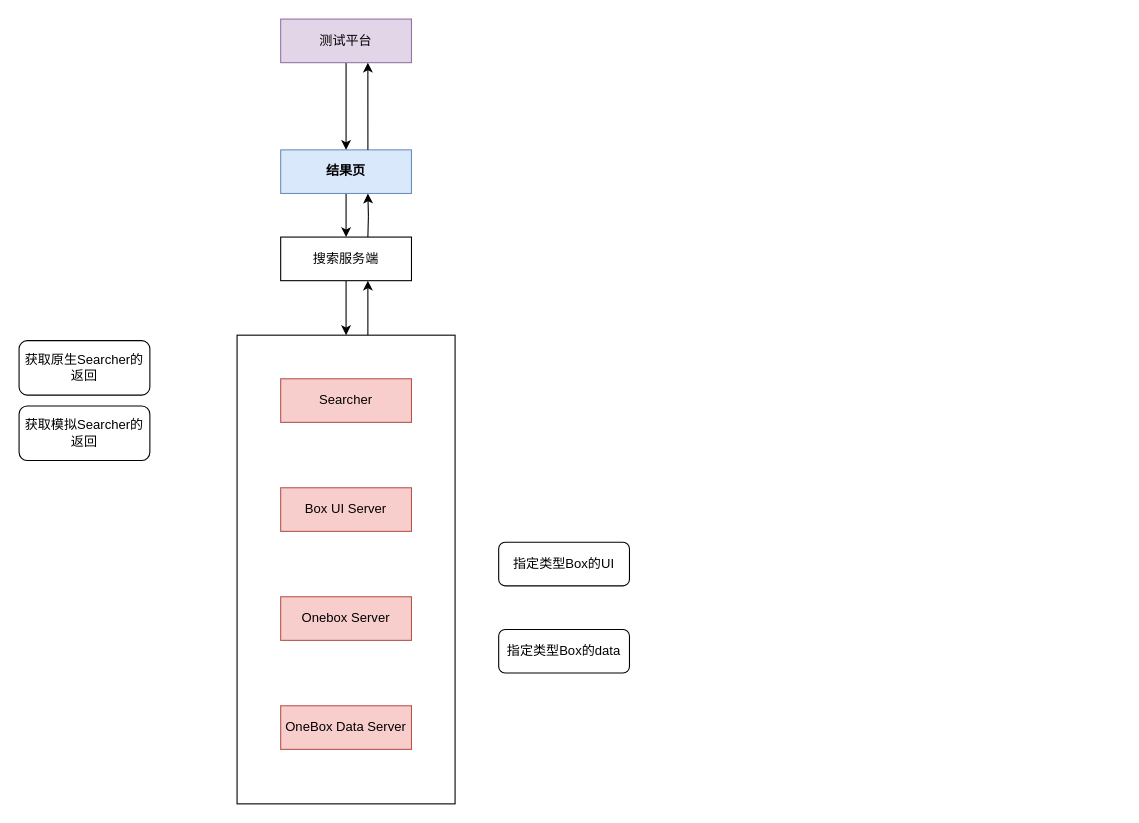
Earlier version of the draw.io diagram Untitled Diagram.drawio (hszy00232/digrams). Source tidied: cells renumbered, new cells numbered last; positions are measured from the earlier drawing's top-left corner, leaving out a move shared by most shapes. Both pictures are drawn from the tidied source at 109%, with x=0, y=0 at pixel (19, 19).
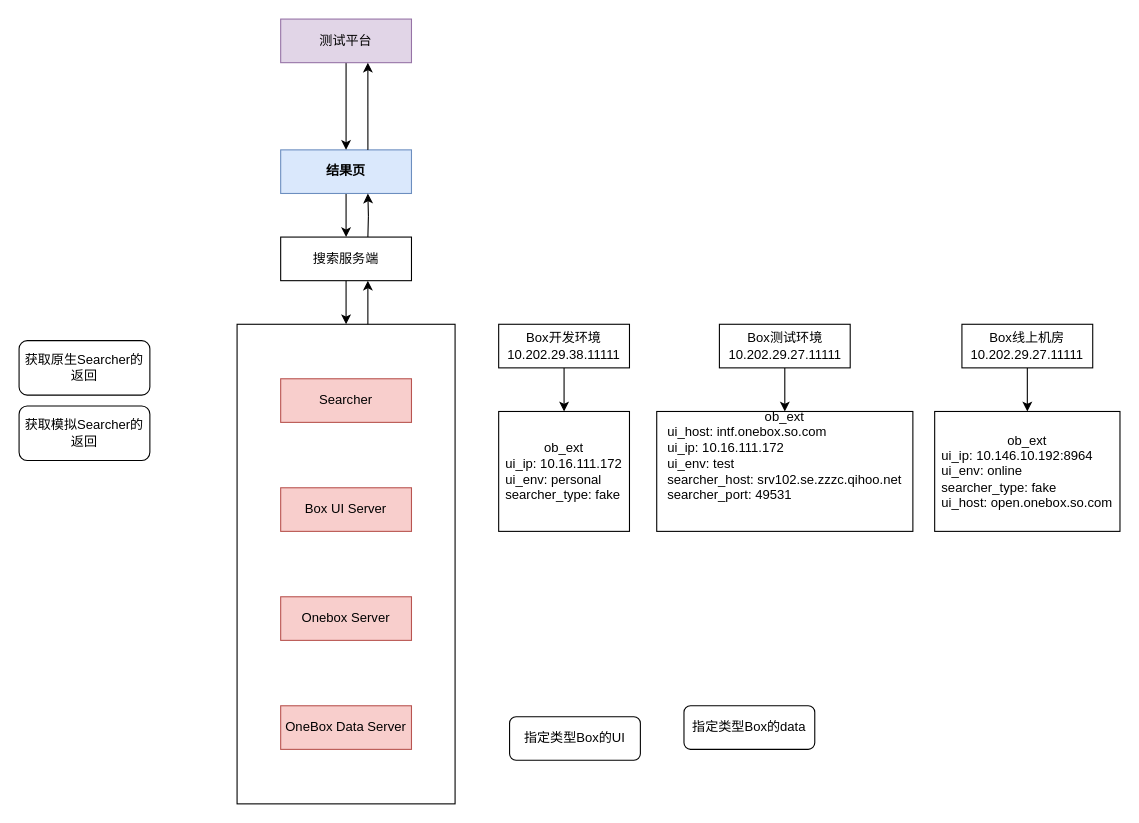
The same page after the edit.

The edit, as a diff of the source:
```diff
@@
     <mxCell id="3" style="rounded=0;whiteSpace=wrap;html=1;align=left;" parent="1" vertex="1">
-      <mxGeometry x="200" y="290" width="200" height="430" as="geometry" />
+      <mxGeometry x="200" y="280" width="200" height="440" as="geometry" />
     </mxCell>
@@
     <mxCell id="8" value="指定类型Box的UI" style="rounded=1;whiteSpace=wrap;html=1;" parent="1" vertex="1">
-      <mxGeometry x="440" y="480" width="120" height="40" as="geometry" />
+      <mxGeometry x="450" y="640" width="120" height="40" as="geometry" />
     </mxCell>
     <mxCell id="9" value="指定类型Box的data" style="rounded=1;whiteSpace=wrap;html=1;" parent="1" vertex="1">
-      <mxGeometry x="440" y="560" width="120" height="40" as="geometry" />
+      <mxGeometry x="610" y="630" width="120" height="40" as="geometry" />
     </mxCell>
@@
+    <mxCell id="20" style="edgeStyle=orthogonalEdgeStyle;rounded=0;jettySize=auto;html=1;" parent="1" edge="1" source="21" target="24">
+      <mxGeometry relative="1" as="geometry" />
+    </mxCell>
+    <mxCell id="21" value="Box开发环境&lt;br&gt;10.202.29.38.11111" style="rounded=0;whiteSpace=wrap;html=1;" parent="1" vertex="1">
+      <mxGeometry x="440" y="280" width="120" height="40" as="geometry" />
+    </mxCell>
+    <mxCell id="22" style="edgeStyle=orthogonalEdgeStyle;rounded=0;jettySize=auto;html=1;" parent="1" edge="1" source="23" target="25">
+      <mxGeometry relative="1" as="geometry" />
+    </mxCell>
+    <mxCell id="23" value="Box测试环境&lt;br&gt;10.202.29.27.11111" style="rounded=0;whiteSpace=wrap;html=1;" parent="1" vertex="1">
+      <mxGeometry x="642.5" y="280" width="120" height="40" as="geometry" />
+    </mxCell>
+    <mxCell id="24" value="ob_ext&lt;br&gt;&lt;div style=&quot;text-align: left;&quot;&gt;&lt;span style=&quot;background-color: initial;&quot;&gt;ui_ip: 10.16.111.172&lt;/span&gt;&lt;/div&gt;&lt;div style=&quot;text-align: left;&quot;&gt;&lt;span style=&quot;background-color: initial;&quot;&gt;ui_env: personal&lt;/span&gt;&lt;/div&gt;&lt;div style=&quot;text-align: left;&quot;&gt;searcher_type: fake&lt;/div&gt;" style="whiteSpace=wrap;html=1;rounded=0;" parent="1" vertex="1">
+      <mxGeometry x="440" y="360" width="120" height="110" as="geometry" />
+    </mxCell>
+    <mxCell id="25" value="ob_ext&lt;br&gt;&lt;div style=&quot;text-align: left;&quot;&gt;&lt;span style=&quot;background-color: initial;&quot;&gt;ui_host: intf.onebox.so.com&lt;/span&gt;&lt;/div&gt;&lt;div style=&quot;text-align: left;&quot;&gt;&lt;span style=&quot;background-color: initial;&quot;&gt;ui_ip: 10.16.111.172&lt;/span&gt;&lt;/div&gt;&lt;div style=&quot;text-align: left;&quot;&gt;&lt;span style=&quot;background-color: initial;&quot;&gt;ui_env: test&lt;/span&gt;&lt;/div&gt;&lt;div style=&quot;text-align: left;&quot;&gt;&lt;span style=&quot;background-color: initial;&quot;&gt;searcher_host: srv102.se.zzzc.qihoo.net&lt;/span&gt;&lt;/div&gt;&lt;div style=&quot;text-align: left;&quot;&gt;&lt;span style=&quot;background-color: initial;&quot;&gt;searcher_port: 49531&lt;/span&gt;&lt;/div&gt;&lt;div style=&quot;text-align: left;&quot;&gt;&lt;span style=&quot;background-color: initial;&quot;&gt;&lt;br&gt;&lt;/span&gt;&lt;/div&gt;&lt;div style=&quot;text-align: left;&quot;&gt;&lt;span style=&quot;background-color: initial;&quot;&gt;&lt;br&gt;&lt;/span&gt;&lt;/div&gt;" style="whiteSpace=wrap;html=1;rounded=0;" parent="1" vertex="1">
+      <mxGeometry x="585" y="360" width="235" height="110" as="geometry" />
+    </mxCell>
+    <mxCell id="26" style="edgeStyle=orthogonalEdgeStyle;rounded=0;jettySize=auto;html=1;" parent="1" edge="1" source="27" target="28">
+      <mxGeometry relative="1" as="geometry" />
+    </mxCell>
+    <mxCell id="27" value="Box线上机房&lt;br&gt;10.202.29.27.11111" style="rounded=0;whiteSpace=wrap;html=1;" parent="1" vertex="1">
+      <mxGeometry x="865" y="280" width="120" height="40" as="geometry" />
+    </mxCell>
+    <mxCell id="28" value="ob_ext&lt;br&gt;&lt;div style=&quot;text-align: left;&quot;&gt;&lt;span style=&quot;background-color: initial;&quot;&gt;ui_ip: 10.146.10.192:8964&lt;/span&gt;&lt;/div&gt;&lt;div style=&quot;text-align: left;&quot;&gt;&lt;span style=&quot;background-color: initial;&quot;&gt;ui_env: online&lt;/span&gt;&lt;/div&gt;&lt;div style=&quot;text-align: left;&quot;&gt;searcher_type: fake&lt;/div&gt;&lt;div style=&quot;text-align: left;&quot;&gt;ui_host: open.onebox.so.com&lt;/div&gt;" style="whiteSpace=wrap;html=1;rounded=0;" parent="1" vertex="1">
+      <mxGeometry x="840" y="360" width="170" height="110" as="geometry" />
+    </mxCell>
```
